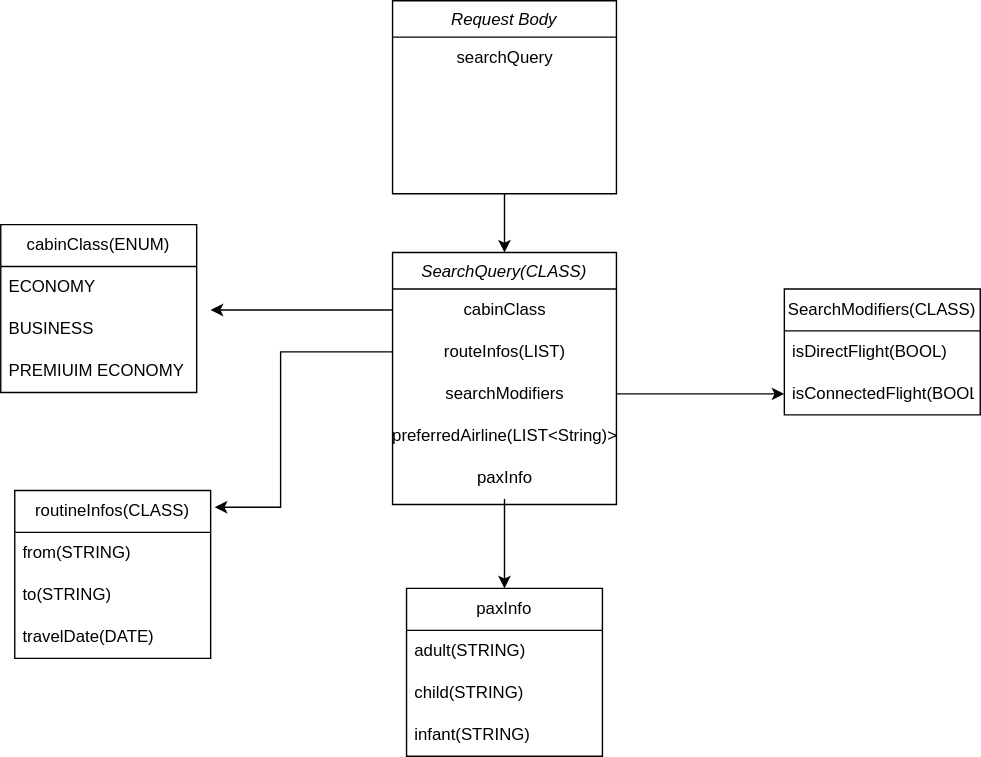
The draw.io diagram Request_body.svg in Surendrakumar04/CodeflowRepo, before a commit. Source tidied: cells renumbered, new cells last; positions are measured from the earlier drawing's top-left corner, leaving out a move shared by most shapes. The source it was exported from:
```xml
<mxGraphModel>
  <root>
    <mxCell id="0" />
    <mxCell id="1" parent="0" />
    <mxCell id="2" style="edgeStyle=orthogonalEdgeStyle;rounded=0;jettySize=auto;html=1;exitX=0.5;exitY=1;exitDx=0;exitDy=0;entryX=0.5;entryY=0;entryDx=0;entryDy=0;" parent="1" edge="1" source="3" target="5">
      <mxGeometry relative="1" as="geometry" />
    </mxCell>
    <mxCell id="3" value="Request Body" style="swimlane;fontStyle=2;align=center;verticalAlign=top;horizontal=1;startSize=26;rounded=0;shadow=0;strokeWidth=1;" parent="1" vertex="1">
      <mxGeometry x="280" width="160" height="138" as="geometry" />
    </mxCell>
    <mxCell id="4" value="searchQuery" style="text;html=1;align=center;verticalAlign=middle;strokeColor=none;fillColor=none;" parent="3" vertex="1">
      <mxGeometry y="26" width="160" height="30" as="geometry" />
    </mxCell>
    <mxCell id="5" value="SearchQuery(CLASS)" style="swimlane;fontStyle=2;align=center;verticalAlign=top;horizontal=1;startSize=26;rounded=0;shadow=0;strokeWidth=1;" parent="1" vertex="1">
      <mxGeometry x="280" y="180" width="160" height="180" as="geometry" />
    </mxCell>
    <mxCell id="6" style="edgeStyle=orthogonalEdgeStyle;rounded=0;jettySize=auto;html=1;" parent="5" edge="1" source="7">
      <mxGeometry relative="1" as="geometry">
        <mxPoint x="-130" y="41" as="targetPoint" />
      </mxGeometry>
    </mxCell>
    <mxCell id="7" value="cabinClass" style="text;html=1;align=center;verticalAlign=middle;points=[];strokeColor=none;fillColor=none;" parent="5" vertex="1">
      <mxGeometry y="26" width="160" height="30" as="geometry" />
    </mxCell>
    <mxCell id="8" value="routeInfos(LIST)" style="text;html=1;align=center;verticalAlign=middle;points=[];strokeColor=none;fillColor=none;" parent="5" vertex="1">
      <mxGeometry y="56" width="160" height="30" as="geometry" />
    </mxCell>
    <mxCell id="9" value="searchModifiers" style="text;html=1;align=center;verticalAlign=middle;points=[];strokeColor=none;fillColor=none;" parent="5" vertex="1">
      <mxGeometry y="86" width="160" height="30" as="geometry" />
    </mxCell>
    <mxCell id="10" value="preferredAirline(LIST&amp;lt;String)&amp;gt;" style="text;html=1;align=center;verticalAlign=middle;strokeColor=none;fillColor=none;" parent="5" vertex="1">
      <mxGeometry y="116" width="160" height="30" as="geometry" />
    </mxCell>
    <mxCell id="11" value="paxInfo" style="text;html=1;align=center;verticalAlign=middle;points=[];strokeColor=none;fillColor=none;" parent="5" vertex="1">
      <mxGeometry y="146" width="160" height="30" as="geometry" />
    </mxCell>
    <mxCell id="12" value="cabinClass(ENUM)" style="swimlane;fontStyle=0;horizontal=1;startSize=30;whiteSpace=wrap;html=1;" parent="1" vertex="1">
      <mxGeometry y="160" width="140" height="120" as="geometry" />
    </mxCell>
    <mxCell id="13" value="ECONOMY" style="text;strokeColor=none;fillColor=none;align=left;verticalAlign=middle;spacingLeft=4;spacingRight=4;overflow=hidden;whiteSpace=wrap;html=1;" parent="12" vertex="1">
      <mxGeometry y="30" width="140" height="30" as="geometry" />
    </mxCell>
    <mxCell id="14" value="BUSINESS" style="text;strokeColor=none;fillColor=none;align=left;verticalAlign=middle;spacingLeft=4;spacingRight=4;overflow=hidden;whiteSpace=wrap;html=1;" parent="12" vertex="1">
      <mxGeometry y="60" width="140" height="30" as="geometry" />
    </mxCell>
    <mxCell id="15" value="PREMIUIM ECONOMY" style="text;strokeColor=none;fillColor=none;align=left;verticalAlign=middle;spacingLeft=4;spacingRight=4;overflow=hidden;whiteSpace=wrap;html=1;" parent="12" vertex="1">
      <mxGeometry y="90" width="140" height="30" as="geometry" />
    </mxCell>
    <mxCell id="16" value="routineInfos(CLASS)" style="swimlane;fontStyle=0;horizontal=1;startSize=30;whiteSpace=wrap;html=1;" parent="1" vertex="1">
      <mxGeometry x="10" y="350" width="140" height="120" as="geometry" />
    </mxCell>
    <mxCell id="17" value="from(STRING)" style="text;strokeColor=none;fillColor=none;align=left;verticalAlign=middle;spacingLeft=4;spacingRight=4;overflow=hidden;whiteSpace=wrap;html=1;" parent="16" vertex="1">
      <mxGeometry y="30" width="140" height="30" as="geometry" />
    </mxCell>
    <mxCell id="18" value="to(STRING)" style="text;strokeColor=none;fillColor=none;align=left;verticalAlign=middle;spacingLeft=4;spacingRight=4;overflow=hidden;whiteSpace=wrap;html=1;" parent="16" vertex="1">
      <mxGeometry y="60" width="140" height="30" as="geometry" />
    </mxCell>
    <mxCell id="19" value="travelDate(DATE)" style="text;strokeColor=none;fillColor=none;align=left;verticalAlign=middle;spacingLeft=4;spacingRight=4;overflow=hidden;whiteSpace=wrap;html=1;" parent="16" vertex="1">
      <mxGeometry y="90" width="140" height="30" as="geometry" />
    </mxCell>
    <mxCell id="20" value="paxInfo" style="swimlane;fontStyle=0;horizontal=1;startSize=30;whiteSpace=wrap;html=1;" parent="1" vertex="1">
      <mxGeometry x="290" y="420" width="140" height="120" as="geometry" />
    </mxCell>
    <mxCell id="21" value="adult(STRING)" style="text;strokeColor=none;fillColor=none;align=left;verticalAlign=middle;spacingLeft=4;spacingRight=4;overflow=hidden;whiteSpace=wrap;html=1;" parent="20" vertex="1">
      <mxGeometry y="30" width="140" height="30" as="geometry" />
    </mxCell>
    <mxCell id="22" value="child(STRING)" style="text;strokeColor=none;fillColor=none;align=left;verticalAlign=middle;spacingLeft=4;spacingRight=4;overflow=hidden;whiteSpace=wrap;html=1;" parent="20" vertex="1">
      <mxGeometry y="60" width="140" height="30" as="geometry" />
    </mxCell>
    <mxCell id="23" value="infant(STRING)" style="text;strokeColor=none;fillColor=none;align=left;verticalAlign=middle;spacingLeft=4;spacingRight=4;overflow=hidden;whiteSpace=wrap;html=1;" parent="20" vertex="1">
      <mxGeometry y="90" width="140" height="30" as="geometry" />
    </mxCell>
    <mxCell id="24" style="edgeStyle=orthogonalEdgeStyle;rounded=0;jettySize=auto;html=1;entryX=1.021;entryY=0.1;entryDx=0;entryDy=0;entryPerimeter=0;" parent="1" edge="1" source="8" target="16">
      <mxGeometry relative="1" as="geometry">
        <Array as="points">
          <mxPoint x="200" y="251" />
          <mxPoint x="200" y="362" />
        </Array>
      </mxGeometry>
    </mxCell>
    <mxCell id="25" value="SearchModifiers(CLASS)" style="swimlane;fontStyle=0;horizontal=1;startSize=30;whiteSpace=wrap;html=1;" parent="1" vertex="1">
      <mxGeometry x="560" y="206" width="140" height="90" as="geometry" />
    </mxCell>
    <mxCell id="26" value="isDirectFlight(BOOL)" style="text;strokeColor=none;fillColor=none;align=left;verticalAlign=middle;spacingLeft=4;spacingRight=4;overflow=hidden;whiteSpace=wrap;html=1;" parent="25" vertex="1">
      <mxGeometry y="30" width="140" height="30" as="geometry" />
    </mxCell>
    <mxCell id="27" value="isConnectedFlight(BOOL)" style="text;strokeColor=none;fillColor=none;align=left;verticalAlign=middle;spacingLeft=4;spacingRight=4;overflow=hidden;points=[[0,0.5],[1,0.5]];portConstraint=eastwest;whiteSpace=wrap;html=1;" parent="25" vertex="1">
      <mxGeometry y="60" width="140" height="30" as="geometry" />
    </mxCell>
    <mxCell id="28" style="edgeStyle=orthogonalEdgeStyle;rounded=0;jettySize=auto;html=1;entryX=0;entryY=0.5;entryDx=0;entryDy=0;" parent="1" edge="1" source="9" target="27">
      <mxGeometry relative="1" as="geometry" />
    </mxCell>
    <mxCell id="29" style="edgeStyle=orthogonalEdgeStyle;rounded=0;jettySize=auto;html=1;entryX=0.5;entryY=0;entryDx=0;entryDy=0;" parent="1" edge="1" source="11" target="20">
      <mxGeometry relative="1" as="geometry" />
    </mxCell>
  </root>
</mxGraphModel>
```
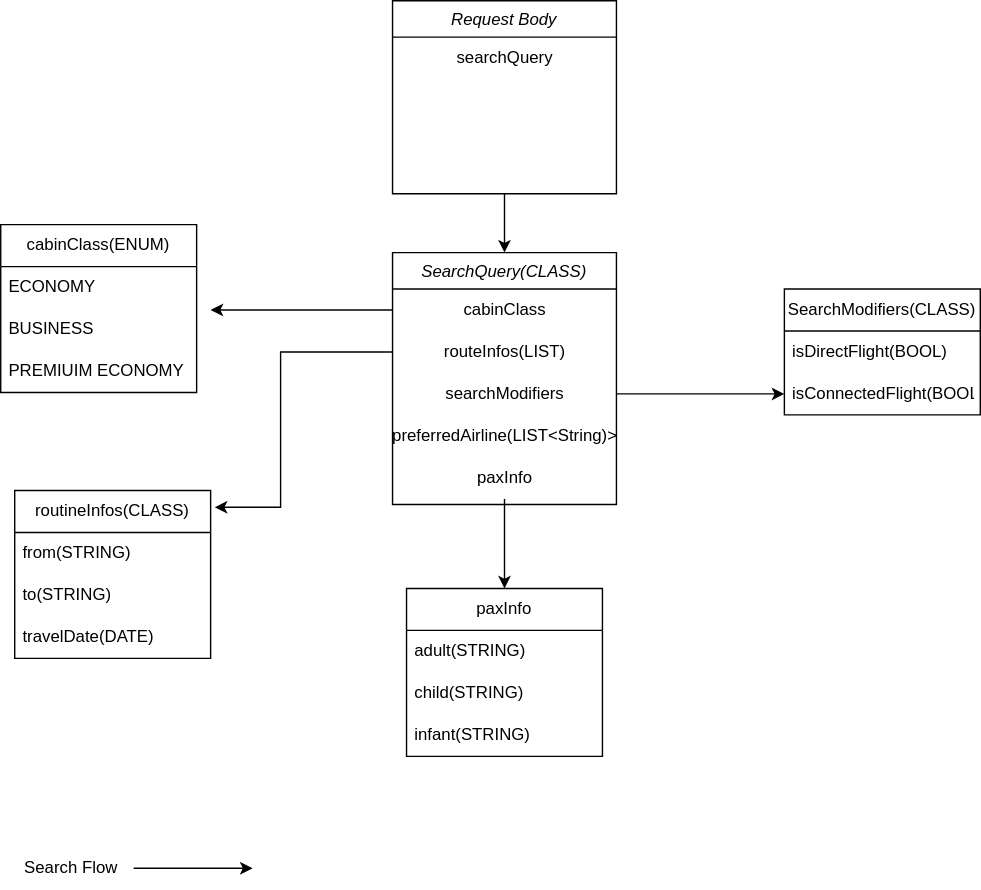
The same diagram one commit later.

Change to the diagram source:
```diff
@@ -93,5 +93,13 @@
     <mxCell id="29" style="edgeStyle=orthogonalEdgeStyle;rounded=0;jettySize=auto;html=1;entryX=0.5;entryY=0;entryDx=0;entryDy=0;" parent="1" edge="1" source="11" target="20">
       <mxGeometry relative="1" as="geometry" />
     </mxCell>
+    <mxCell id="30" style="edgeStyle=orthogonalEdgeStyle;rounded=0;jettySize=auto;html=1;" parent="1" edge="1" source="31">
+      <mxGeometry relative="1" as="geometry">
+        <mxPoint x="180" y="620" as="targetPoint" />
+      </mxGeometry>
+    </mxCell>
+    <mxCell id="31" value="Search Flow" style="text;html=1;align=center;verticalAlign=middle;points=[];strokeColor=none;fillColor=none;" parent="1" vertex="1">
+      <mxGeometry x="5" y="605" width="90" height="30" as="geometry" />
+    </mxCell>
   </root>
 </mxGraphModel>
```
